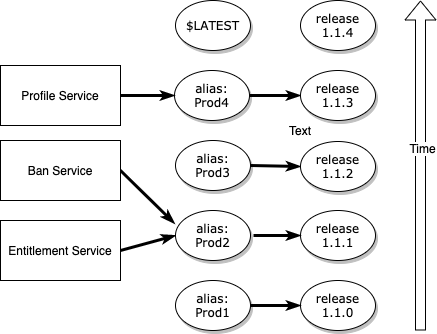
kthblmfld/sam-app keeps this draw.io diagram as docs/lambda-aliasing.png. Above is the earlier version. Source tidied: cells renumbered, new cells last; positions are measured from the earlier drawing's top-left corner, leaving out a move shared by most shapes. Source of this version:
```xml
<mxGraphModel background="#ffffff">
  <root>
    <mxCell id="0" />
    <mxCell id="1" parent="0" />
    <mxCell id="2" style="edgeStyle=none;rounded=1;html=1;labelBackgroundColor=none;startArrow=none;startFill=0;startSize=5;endArrow=classicThin;endFill=1;endSize=5;jettySize=auto;strokeColor=#000000;strokeWidth=3;fontFamily=Verdana;fontSize=12;exitX=1;exitY=0.5;exitDx=0;exitDy=0;" parent="1" edge="1" source="4" target="3">
      <mxGeometry relative="1" as="geometry" />
    </mxCell>
    <mxCell id="3" value="release 1.1.3" style="ellipse;whiteSpace=wrap;html=1;rounded=0;shadow=1;comic=0;labelBackgroundColor=none;strokeWidth=1;fontFamily=Verdana;fontSize=12;align=center;" parent="1" vertex="1">
      <mxGeometry x="300" y="70" width="75" height="50" as="geometry" />
    </mxCell>
    <mxCell id="4" value="alias:&lt;br&gt;Prod4" style="ellipse;whiteSpace=wrap;html=1;rounded=0;shadow=1;comic=0;labelBackgroundColor=none;strokeWidth=1;fontFamily=Verdana;fontSize=12;align=center;" parent="1" vertex="1">
      <mxGeometry x="174" y="70" width="75" height="50" as="geometry" />
    </mxCell>
    <mxCell id="5" value="&lt;span&gt;alias:&lt;br&gt;Prod3&lt;/span&gt;" style="ellipse;whiteSpace=wrap;html=1;rounded=0;shadow=1;comic=0;labelBackgroundColor=none;strokeWidth=1;fontFamily=Verdana;fontSize=12;align=center;" parent="1" vertex="1">
      <mxGeometry x="175" y="140" width="75" height="50" as="geometry" />
    </mxCell>
    <mxCell id="6" style="edgeStyle=none;rounded=1;html=1;labelBackgroundColor=none;startArrow=none;startFill=0;startSize=5;endArrow=classicThin;endFill=1;endSize=5;jettySize=auto;strokeColor=#000000;strokeWidth=3;fontFamily=Verdana;fontSize=12;exitX=1;exitY=0.5;exitDx=0;exitDy=0;entryX=0;entryY=0.5;entryDx=0;entryDy=0;" parent="1" edge="1" source="5" target="7">
      <mxGeometry relative="1" as="geometry" />
    </mxCell>
    <mxCell id="7" value="release&lt;br&gt;1.1.2" style="ellipse;whiteSpace=wrap;html=1;rounded=0;shadow=1;comic=0;labelBackgroundColor=none;strokeWidth=1;fontFamily=Verdana;fontSize=12;align=center;" parent="1" vertex="1">
      <mxGeometry x="300" y="141" width="75" height="50" as="geometry" />
    </mxCell>
    <mxCell id="8" style="edgeStyle=none;rounded=1;html=1;labelBackgroundColor=none;startArrow=none;startFill=0;startSize=5;endArrow=classicThin;endFill=1;endSize=5;jettySize=auto;strokeColor=#000000;strokeWidth=3;fontFamily=Verdana;fontSize=12;exitX=1;exitY=0.5;exitDx=0;exitDy=0;entryX=0;entryY=0.5;entryDx=0;entryDy=0;" parent="1" edge="1" source="10" target="4">
      <mxGeometry relative="1" as="geometry" />
    </mxCell>
    <mxCell id="9" style="edgeStyle=none;rounded=1;html=1;labelBackgroundColor=none;startArrow=none;startFill=0;startSize=5;endArrow=classicThin;endFill=1;endSize=5;jettySize=auto;strokeColor=#000000;strokeWidth=3;fontFamily=Verdana;fontSize=12;exitX=1;exitY=0.5;exitDx=0;exitDy=0;entryX=-0.013;entryY=0.26;entryDx=0;entryDy=0;entryPerimeter=0;" parent="1" edge="1" source="11" target="21">
      <mxGeometry relative="1" as="geometry" />
    </mxCell>
    <mxCell id="10" value="Profile Service" style="rounded=0;whiteSpace=wrap;html=1;" parent="1" vertex="1">
      <mxGeometry y="65" width="120" height="60" as="geometry" />
    </mxCell>
    <mxCell id="11" value="Ban Service" style="rounded=0;whiteSpace=wrap;html=1;" parent="1" vertex="1">
      <mxGeometry y="140" width="120" height="60" as="geometry" />
    </mxCell>
    <mxCell id="12" value="release&lt;br&gt;1.1.1" style="ellipse;whiteSpace=wrap;html=1;rounded=0;shadow=1;comic=0;labelBackgroundColor=none;strokeWidth=1;fontFamily=Verdana;fontSize=12;align=center;" parent="1" vertex="1">
      <mxGeometry x="300" y="210" width="75" height="50" as="geometry" />
    </mxCell>
    <mxCell id="13" value="release&lt;br&gt;1.1.0" style="ellipse;whiteSpace=wrap;html=1;rounded=0;shadow=1;comic=0;labelBackgroundColor=none;strokeWidth=1;fontFamily=Verdana;fontSize=12;align=center;" parent="1" vertex="1">
      <mxGeometry x="300" y="280" width="75" height="50" as="geometry" />
    </mxCell>
    <mxCell id="14" value="$LATEST" style="ellipse;whiteSpace=wrap;html=1;rounded=0;shadow=1;comic=0;labelBackgroundColor=none;strokeWidth=1;fontFamily=Verdana;fontSize=12;align=center;" parent="1" vertex="1">
      <mxGeometry x="175" width="75" height="50" as="geometry" />
    </mxCell>
    <mxCell id="15" style="shape=flexArrow;endArrow=classic;html=1;shadow=0;comic=0;" parent="1" edge="1">
      <mxGeometry relative="1" as="geometry">
        <mxPoint x="420" y="330" as="sourcePoint" />
        <mxPoint x="420" as="targetPoint" />
      </mxGeometry>
    </mxCell>
    <mxCell id="16" value="Time" style="text;html=1;align=center;verticalAlign=middle;labelBackgroundColor=#ffffff;" parent="15" vertex="1">
      <mxGeometry x="0.11" y="-1" relative="1" as="geometry" />
    </mxCell>
    <mxCell id="17" value="Text" style="text;html=1;strokeColor=none;fillColor=none;align=center;verticalAlign=middle;whiteSpace=wrap;rounded=0;" parent="1" vertex="1">
      <mxGeometry x="280" y="120" width="40" height="20" as="geometry" />
    </mxCell>
    <mxCell id="18" value="release 1.1.4" style="ellipse;whiteSpace=wrap;html=1;rounded=0;shadow=1;comic=0;labelBackgroundColor=none;strokeWidth=1;fontFamily=Verdana;fontSize=12;align=center;" parent="1" vertex="1">
      <mxGeometry x="300" width="75" height="50" as="geometry" />
    </mxCell>
    <mxCell id="19" value="Entitlement Service" style="rounded=0;whiteSpace=wrap;html=1;" parent="1" vertex="1">
      <mxGeometry y="220" width="120" height="60" as="geometry" />
    </mxCell>
    <mxCell id="20" style="edgeStyle=none;rounded=1;html=1;labelBackgroundColor=none;startArrow=none;startFill=0;startSize=5;endArrow=classicThin;endFill=1;endSize=5;jettySize=auto;strokeColor=#000000;strokeWidth=3;fontFamily=Verdana;fontSize=12;exitX=1;exitY=0.5;exitDx=0;exitDy=0;entryX=0;entryY=0.5;entryDx=0;entryDy=0;" parent="1" edge="1" source="19" target="21">
      <mxGeometry relative="1" as="geometry" />
    </mxCell>
    <mxCell id="21" value="&lt;span&gt;alias:&lt;br&gt;Prod2&lt;/span&gt;" style="ellipse;whiteSpace=wrap;html=1;rounded=0;shadow=1;comic=0;labelBackgroundColor=none;strokeWidth=1;fontFamily=Verdana;fontSize=12;align=center;" parent="1" vertex="1">
      <mxGeometry x="175" y="210" width="75" height="50" as="geometry" />
    </mxCell>
    <mxCell id="22" value="&lt;span&gt;alias:&lt;br&gt;Prod1&lt;/span&gt;" style="ellipse;whiteSpace=wrap;html=1;rounded=0;shadow=1;comic=0;labelBackgroundColor=none;strokeWidth=1;fontFamily=Verdana;fontSize=12;align=center;" parent="1" vertex="1">
      <mxGeometry x="175" y="280" width="75" height="50" as="geometry" />
    </mxCell>
    <mxCell id="23" style="edgeStyle=none;rounded=1;html=1;labelBackgroundColor=none;startArrow=none;startFill=0;startSize=5;endArrow=classicThin;endFill=1;endSize=5;jettySize=auto;strokeColor=#000000;strokeWidth=3;fontFamily=Verdana;fontSize=12;entryX=0;entryY=0.5;entryDx=0;entryDy=0;" parent="1" edge="1" target="12">
      <mxGeometry relative="1" as="geometry">
        <mxPoint x="253" y="235" as="sourcePoint" />
      </mxGeometry>
    </mxCell>
    <mxCell id="24" style="edgeStyle=none;rounded=1;html=1;labelBackgroundColor=none;startArrow=none;startFill=0;startSize=5;endArrow=classicThin;endFill=1;endSize=5;jettySize=auto;strokeColor=#000000;strokeWidth=3;fontFamily=Verdana;fontSize=12;entryX=0;entryY=0.5;entryDx=0;entryDy=0;exitX=1;exitY=0.5;exitDx=0;exitDy=0;" parent="1" edge="1" source="22" target="13">
      <mxGeometry relative="1" as="geometry" />
    </mxCell>
  </root>
</mxGraphModel>
```
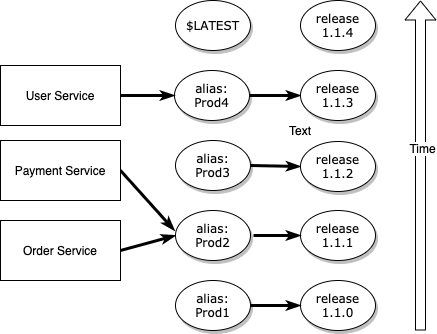
The same diagram one commit later.

Commit message:
generalizes services adds sam-provided config to gitignore

What changed in the source:
```diff
@@ -23,13 +23,15 @@
     <mxCell id="8" style="edgeStyle=none;rounded=1;html=1;labelBackgroundColor=none;startArrow=none;startFill=0;startSize=5;endArrow=classicThin;endFill=1;endSize=5;jettySize=auto;strokeColor=#000000;strokeWidth=3;fontFamily=Verdana;fontSize=12;exitX=1;exitY=0.5;exitDx=0;exitDy=0;entryX=0;entryY=0.5;entryDx=0;entryDy=0;" parent="1" edge="1" source="10" target="4">
       <mxGeometry relative="1" as="geometry" />
     </mxCell>
-    <mxCell id="9" style="edgeStyle=none;rounded=1;html=1;labelBackgroundColor=none;startArrow=none;startFill=0;startSize=5;endArrow=classicThin;endFill=1;endSize=5;jettySize=auto;strokeColor=#000000;strokeWidth=3;fontFamily=Verdana;fontSize=12;exitX=1;exitY=0.5;exitDx=0;exitDy=0;entryX=-0.013;entryY=0.26;entryDx=0;entryDy=0;entryPerimeter=0;" parent="1" edge="1" source="11" target="21">
-      <mxGeometry relative="1" as="geometry" />
+    <mxCell id="9" style="edgeStyle=none;rounded=1;html=1;labelBackgroundColor=none;startArrow=none;startFill=0;startSize=5;endArrow=classicThin;endFill=1;endSize=5;jettySize=auto;strokeColor=#000000;strokeWidth=3;fontFamily=Verdana;fontSize=12;exitX=1;exitY=0.5;exitDx=0;exitDy=0;" parent="1" edge="1" source="11">
+      <mxGeometry relative="1" as="geometry">
+        <mxPoint x="174" y="230" as="targetPoint" />
+      </mxGeometry>
     </mxCell>
-    <mxCell id="10" value="Profile Service" style="rounded=0;whiteSpace=wrap;html=1;" parent="1" vertex="1">
+    <mxCell id="10" value="User Service" style="rounded=0;whiteSpace=wrap;html=1;" parent="1" vertex="1">
       <mxGeometry y="65" width="120" height="60" as="geometry" />
     </mxCell>
-    <mxCell id="11" value="Ban Service" style="rounded=0;whiteSpace=wrap;html=1;" parent="1" vertex="1">
+    <mxCell id="11" value="Payment Service" style="rounded=0;whiteSpace=wrap;html=1;" parent="1" vertex="1">
       <mxGeometry y="140" width="120" height="60" as="geometry" />
     </mxCell>
     <mxCell id="12" value="release&lt;br&gt;1.1.1" style="ellipse;whiteSpace=wrap;html=1;rounded=0;shadow=1;comic=0;labelBackgroundColor=none;strokeWidth=1;fontFamily=Verdana;fontSize=12;align=center;" parent="1" vertex="1">
@@ -56,7 +58,7 @@
     <mxCell id="18" value="release 1.1.4" style="ellipse;whiteSpace=wrap;html=1;rounded=0;shadow=1;comic=0;labelBackgroundColor=none;strokeWidth=1;fontFamily=Verdana;fontSize=12;align=center;" parent="1" vertex="1">
       <mxGeometry x="300" width="75" height="50" as="geometry" />
     </mxCell>
-    <mxCell id="19" value="Entitlement Service" style="rounded=0;whiteSpace=wrap;html=1;" parent="1" vertex="1">
+    <mxCell id="19" value="Order Service" style="rounded=0;whiteSpace=wrap;html=1;" parent="1" vertex="1">
       <mxGeometry y="220" width="120" height="60" as="geometry" />
     </mxCell>
     <mxCell id="20" style="edgeStyle=none;rounded=1;html=1;labelBackgroundColor=none;startArrow=none;startFill=0;startSize=5;endArrow=classicThin;endFill=1;endSize=5;jettySize=auto;strokeColor=#000000;strokeWidth=3;fontFamily=Verdana;fontSize=12;exitX=1;exitY=0.5;exitDx=0;exitDy=0;entryX=0;entryY=0.5;entryDx=0;entryDy=0;" parent="1" edge="1" source="19" target="21">
```
